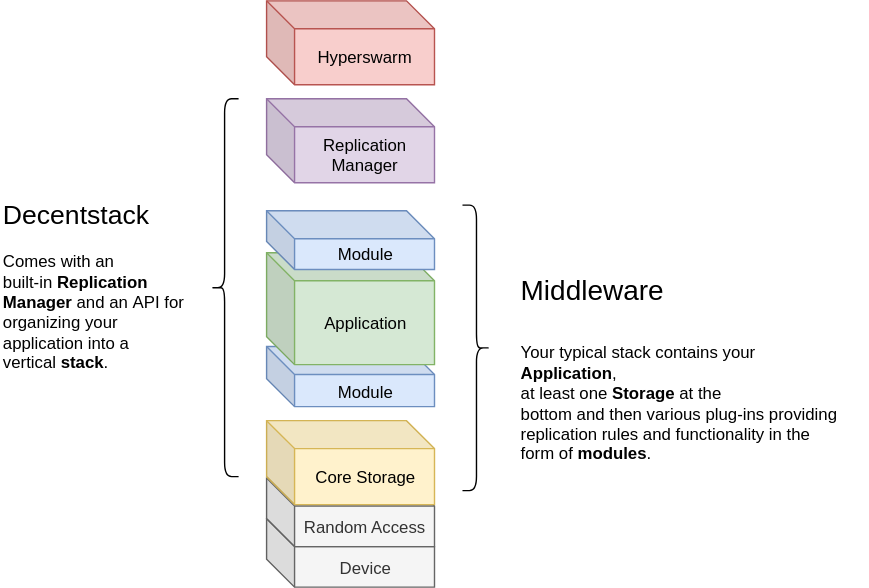
The draw.io diagram docs/decentstack-overview.svg in decentstack/decentstack, before a commit. Source tidied: cells renumbered, new cells last; positions are measured from the earlier drawing's top-left corner, leaving out a move shared by most shapes.
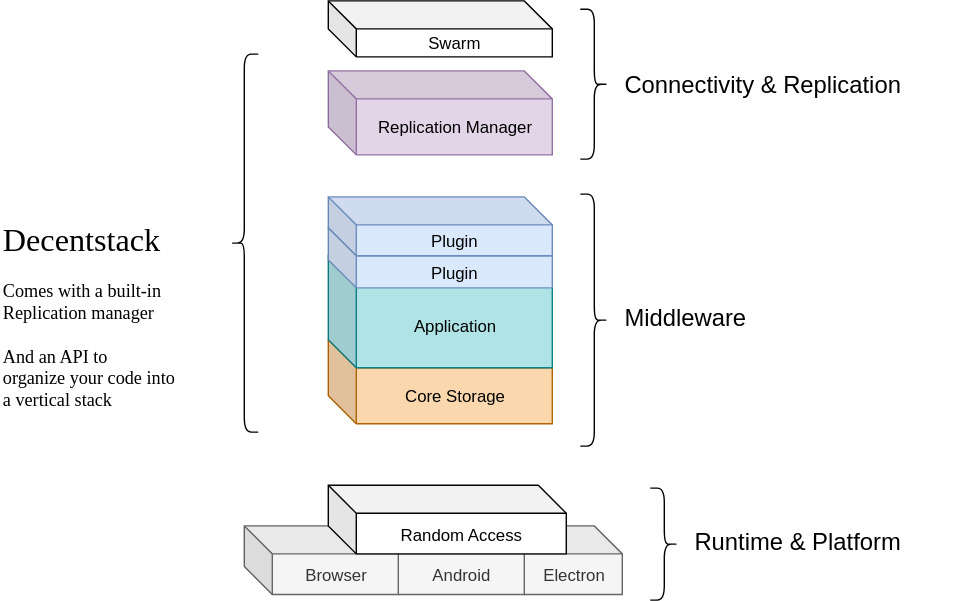
Later version of the same file.

Commit message:
Refactored overview diagram

Change to the diagram source:
```diff
@@ -2,41 +2,59 @@
   <root>
     <mxCell id="0" />
     <mxCell id="1" parent="0" />
-    <mxCell id="2" value="Module" style="shape=cube;whiteSpace=wrap;html=1;boundedLbl=1;backgroundOutline=1;darkOpacity=0.05;darkOpacity2=0.1;fillColor=#dae8fc;strokeColor=#6c8ebf;" parent="1" vertex="1">
-      <mxGeometry x="190" y="247" width="120" height="43" as="geometry" />
+    <mxCell id="2" value="Electron" style="shape=cube;whiteSpace=wrap;html=1;boundedLbl=1;backgroundOutline=1;darkOpacity=0.05;darkOpacity2=0.1;fillColor=#f5f5f5;strokeColor=#666666;fontColor=#333333;" parent="1" vertex="1">
+      <mxGeometry x="310" y="467" width="90" height="49" as="geometry" />
     </mxCell>
-    <mxCell id="3" value="Device" style="shape=cube;whiteSpace=wrap;html=1;boundedLbl=1;backgroundOutline=1;darkOpacity=0.05;darkOpacity2=0.1;fillColor=#f5f5f5;strokeColor=#666666;fontColor=#333333;" parent="1" vertex="1">
-      <mxGeometry x="190" y="370" width="120" height="49" as="geometry" />
+    <mxCell id="3" value="Core Storage" style="shape=cube;whiteSpace=wrap;html=1;boundedLbl=1;backgroundOutline=1;darkOpacity=0.05;darkOpacity2=0.1;fillColor=#fad7ac;strokeColor=#b46504;" parent="1" vertex="1">
+      <mxGeometry x="190" y="334" width="160" height="60" as="geometry" />
     </mxCell>
-    <mxCell id="4" value="Random Access" style="shape=cube;whiteSpace=wrap;html=1;boundedLbl=1;backgroundOutline=1;darkOpacity=0.05;darkOpacity2=0.1;fillColor=#f5f5f5;strokeColor=#666666;fontColor=#333333;" parent="1" vertex="1">
-      <mxGeometry x="190" y="341" width="120" height="49" as="geometry" />
+    <mxCell id="4" value="Application" style="shape=cube;whiteSpace=wrap;html=1;boundedLbl=1;backgroundOutline=1;darkOpacity=0.05;darkOpacity2=0.1;fillColor=#b0e3e6;strokeColor=#0e8088;" parent="1" vertex="1">
+      <mxGeometry x="190" y="274" width="160" height="80" as="geometry" />
     </mxCell>
-    <mxCell id="5" value="Core Storage" style="shape=cube;whiteSpace=wrap;html=1;boundedLbl=1;backgroundOutline=1;darkOpacity=0.05;darkOpacity2=0.1;fillColor=#fff2cc;strokeColor=#d6b656;" parent="1" vertex="1">
-      <mxGeometry x="190" y="300" width="120" height="60" as="geometry" />
+    <mxCell id="5" value="&lt;div&gt;Replication Manager&lt;br&gt;&lt;/div&gt;" style="shape=cube;whiteSpace=wrap;html=1;boundedLbl=1;backgroundOutline=1;darkOpacity=0.05;darkOpacity2=0.1;fillColor=#e1d5e7;strokeColor=#9673a6;" parent="1" vertex="1">
+      <mxGeometry x="190" y="142" width="160" height="60" as="geometry" />
     </mxCell>
-    <mxCell id="6" value="Application" style="shape=cube;whiteSpace=wrap;html=1;boundedLbl=1;backgroundOutline=1;darkOpacity=0.05;darkOpacity2=0.1;fillColor=#d5e8d4;strokeColor=#82b366;" parent="1" vertex="1">
-      <mxGeometry x="190" y="180" width="120" height="80" as="geometry" />
+    <mxCell id="6" style="shape=curlyBracket;whiteSpace=wrap;html=1;rounded=1;direction=west;" parent="1" vertex="1">
+      <mxGeometry x="370" y="230" width="20" height="180" as="geometry" />
     </mxCell>
-    <mxCell id="7" value="Module" style="shape=cube;whiteSpace=wrap;html=1;boundedLbl=1;backgroundOutline=1;darkOpacity=0.05;darkOpacity2=0.1;fillColor=#dae8fc;strokeColor=#6c8ebf;" parent="1" vertex="1">
-      <mxGeometry x="190" y="150" width="120" height="42" as="geometry" />
+    <mxCell id="7" value="Middleware" style="text;html=1;align=left;verticalAlign=top;spacingTop=-4;fontSize=17;" parent="1" vertex="1">
+      <mxGeometry x="400" y="307" width="120" height="20" as="geometry" />
     </mxCell>
-    <mxCell id="8" value="&lt;div&gt;Replication&lt;/div&gt;&lt;div&gt;Manager&lt;br&gt;&lt;/div&gt;" style="shape=cube;whiteSpace=wrap;html=1;boundedLbl=1;backgroundOutline=1;darkOpacity=0.05;darkOpacity2=0.1;fillColor=#e1d5e7;strokeColor=#9673a6;" parent="1" vertex="1">
-      <mxGeometry x="190" y="70" width="120" height="60" as="geometry" />
+    <mxCell id="8" style="shape=curlyBracket;whiteSpace=wrap;html=1;rounded=1;direction=west;rotation=180;" parent="1" vertex="1">
+      <mxGeometry x="120" y="130" width="20" height="270" as="geometry" />
     </mxCell>
-    <mxCell id="9" value="Hyperswarm" style="shape=cube;whiteSpace=wrap;html=1;boundedLbl=1;backgroundOutline=1;darkOpacity=0.05;darkOpacity2=0.1;fillColor=#f8cecc;strokeColor=#b85450;" parent="1" vertex="1">
-      <mxGeometry x="190" width="120" height="60" as="geometry" />
+    <mxCell id="9" value="&lt;div style=&quot;font-size: 23px&quot;&gt;&lt;font style=&quot;font-size: 23px&quot;&gt;Decentstack&lt;/font&gt;&lt;/div&gt;&lt;div&gt;&lt;br&gt;&lt;/div&gt;&lt;div style=&quot;font-size: 13px&quot;&gt;&lt;font style=&quot;font-size: 13px&quot;&gt;Comes with a built-in&lt;/font&gt;&lt;/div&gt;&lt;div style=&quot;font-size: 13px&quot;&gt;&lt;font style=&quot;font-size: 13px&quot;&gt;Replication manager&lt;/font&gt;&lt;/div&gt;&lt;div style=&quot;font-size: 13px&quot;&gt;&lt;font style=&quot;font-size: 13px&quot;&gt;&lt;br&gt;&lt;/font&gt;&lt;/div&gt;&lt;div style=&quot;font-size: 13px&quot;&gt;&lt;font style=&quot;font-size: 13px&quot;&gt;And an API to&lt;/font&gt;&lt;/div&gt;&lt;div style=&quot;font-size: 13px&quot;&gt;&lt;font style=&quot;font-size: 13px&quot;&gt;organize your code into&lt;/font&gt;&lt;/div&gt;&lt;div style=&quot;font-size: 13px&quot;&gt;&lt;font style=&quot;font-size: 13px&quot;&gt;a vertical stack&lt;/font&gt;&lt;br&gt;&lt;/div&gt;" style="text;html=1;align=left;verticalAlign=top;spacingTop=-4;fontFamily=Verdana;" parent="1" vertex="1">
+      <mxGeometry x="-44" y="247" width="170" height="110" as="geometry" />
     </mxCell>
     <mxCell id="10" style="shape=curlyBracket;whiteSpace=wrap;html=1;rounded=1;direction=west;" parent="1" vertex="1">
-      <mxGeometry x="330" y="146" width="20" height="204" as="geometry" />
+      <mxGeometry x="420" y="440" width="20" height="80" as="geometry" />
     </mxCell>
-    <mxCell id="11" value="&lt;div&gt;&lt;p&gt;&lt;font style=&quot;font-size: 20px&quot;&gt;Middleware&lt;/font&gt;&lt;/p&gt;&lt;/div&gt;&lt;div&gt;&lt;br&gt;&lt;/div&gt;&lt;div&gt;Your typical stack contains your&lt;/div&gt;&lt;div&gt;&lt;b&gt;Application&lt;/b&gt;, &lt;br&gt;&lt;/div&gt;&lt;div&gt;at least one &lt;b&gt;Storage&lt;/b&gt; at the&lt;/div&gt;&lt;div&gt;bottom and then various plug-ins providing&lt;/div&gt;&lt;div&gt;replication rules and functionality in the&lt;/div&gt;&lt;div&gt;form of &lt;b&gt;modules&lt;/b&gt;.&lt;br&gt;&lt;/div&gt;" style="text;html=1;align=left;verticalAlign=top;spacingTop=-4;" parent="1" vertex="1">
-      <mxGeometry x="370" y="180" width="250" height="140" as="geometry" />
+    <mxCell id="11" style="shape=curlyBracket;whiteSpace=wrap;html=1;rounded=1;direction=west;" parent="1" vertex="1">
+      <mxGeometry x="370" y="98" width="20" height="107" as="geometry" />
     </mxCell>
-    <mxCell id="12" style="shape=curlyBracket;whiteSpace=wrap;html=1;rounded=1;direction=west;rotation=180;" parent="1" vertex="1">
-      <mxGeometry x="150" y="70" width="20" height="270" as="geometry" />
+    <mxCell id="12" value="Runtime &amp;amp; Platform" style="text;html=1;align=left;verticalAlign=top;spacingTop=-4;fontSize=17;" parent="1" vertex="1">
+      <mxGeometry x="450" y="467" width="190" height="20" as="geometry" />
     </mxCell>
-    <mxCell id="13" value="&lt;div&gt;&lt;font style=&quot;font-size: 19px&quot;&gt;Decentstack&lt;/font&gt;&lt;/div&gt;&lt;div&gt;&lt;br&gt;&lt;/div&gt;&lt;div&gt;Comes with an&lt;/div&gt;&lt;div&gt;built-in &lt;b&gt;Replication&lt;/b&gt;&lt;/div&gt;&lt;div&gt;&lt;b&gt;Manager&lt;/b&gt; and an&lt;b&gt; &lt;/b&gt;API for&lt;/div&gt;&lt;div&gt; organizing your&lt;/div&gt;&lt;div&gt;application into a &lt;br&gt;&lt;/div&gt;&lt;div&gt;vertical &lt;b&gt;stack&lt;/b&gt;.&lt;br&gt;&lt;/div&gt;" style="text;html=1;align=left;verticalAlign=top;spacingTop=-4;" parent="1" vertex="1">
-      <mxGeometry y="140" width="150" height="120" as="geometry" />
+    <mxCell id="13" value="Connectivity &amp;amp; Replication" style="text;html=1;align=left;verticalAlign=top;spacingTop=-4;fontSize=17;" parent="1" vertex="1">
+      <mxGeometry x="400" y="140" width="250" height="20" as="geometry" />
     </mxCell>
+    <mxCell id="14" value="Swarm" style="shape=cube;whiteSpace=wrap;html=1;boundedLbl=1;backgroundOutline=1;darkOpacity=0.05;darkOpacity2=0.1;" parent="1" vertex="1">
+      <mxGeometry x="190" y="92" width="160" height="40" as="geometry" />
+    </mxCell>
+    <mxCell id="15" value="Android" style="shape=cube;whiteSpace=wrap;html=1;boundedLbl=1;backgroundOutline=1;darkOpacity=0.05;darkOpacity2=0.1;fillColor=#f5f5f5;strokeColor=#666666;fontColor=#333333;" parent="1" vertex="1">
+      <mxGeometry x="220" y="467" width="110" height="49" as="geometry" />
+    </mxCell>
+    <mxCell id="16" value="Browser" style="shape=cube;whiteSpace=wrap;html=1;boundedLbl=1;backgroundOutline=1;darkOpacity=0.05;darkOpacity2=0.1;fillColor=#f5f5f5;strokeColor=#666666;fontColor=#333333;" parent="1" vertex="1">
+      <mxGeometry x="130" y="467" width="110" height="49" as="geometry" />
+    </mxCell>
+    <mxCell id="17" value="Random Access" style="shape=cube;whiteSpace=wrap;html=1;boundedLbl=1;backgroundOutline=1;darkOpacity=0.05;darkOpacity2=0.1;" parent="1" vertex="1">
+      <mxGeometry x="190" y="438" width="170" height="49" as="geometry" />
+    </mxCell>
+    <mxCell id="18" value="Plugin" style="shape=cube;whiteSpace=wrap;html=1;boundedLbl=1;backgroundOutline=1;darkOpacity=0.05;darkOpacity2=0.1;fillColor=#dae8fc;strokeColor=#6c8ebf;" parent="1" vertex="1">
+      <mxGeometry x="190" y="254" width="160" height="43" as="geometry" />
+    </mxCell>
+    <mxCell id="19" value="Plugin" style="shape=cube;whiteSpace=wrap;html=1;boundedLbl=1;backgroundOutline=1;darkOpacity=0.05;darkOpacity2=0.1;fillColor=#dae8fc;strokeColor=#6c8ebf;" parent="1" vertex="1">
+      <mxGeometry x="190" y="232" width="160" height="42" as="geometry" />
+    </mxCell>
   </root>
 </mxGraphModel>
```
